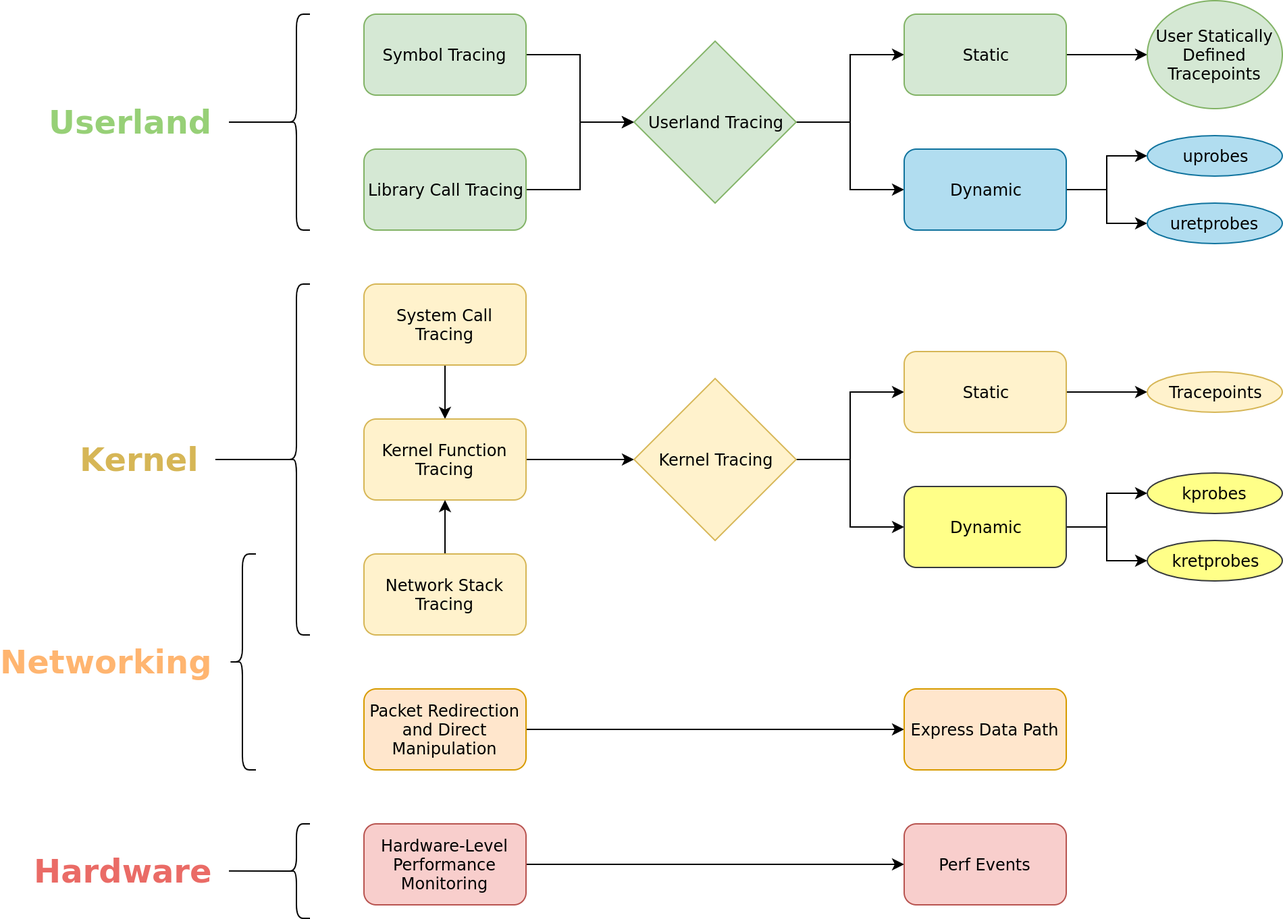
willfindlay/honors-thesis keeps this draw.io diagram as figures/eBPF-use-cases.png. Above is the earlier version. Source tidied: cells renumbered, new cells last; positions are measured from the earlier drawing's top-left corner, leaving out a move shared by most shapes.
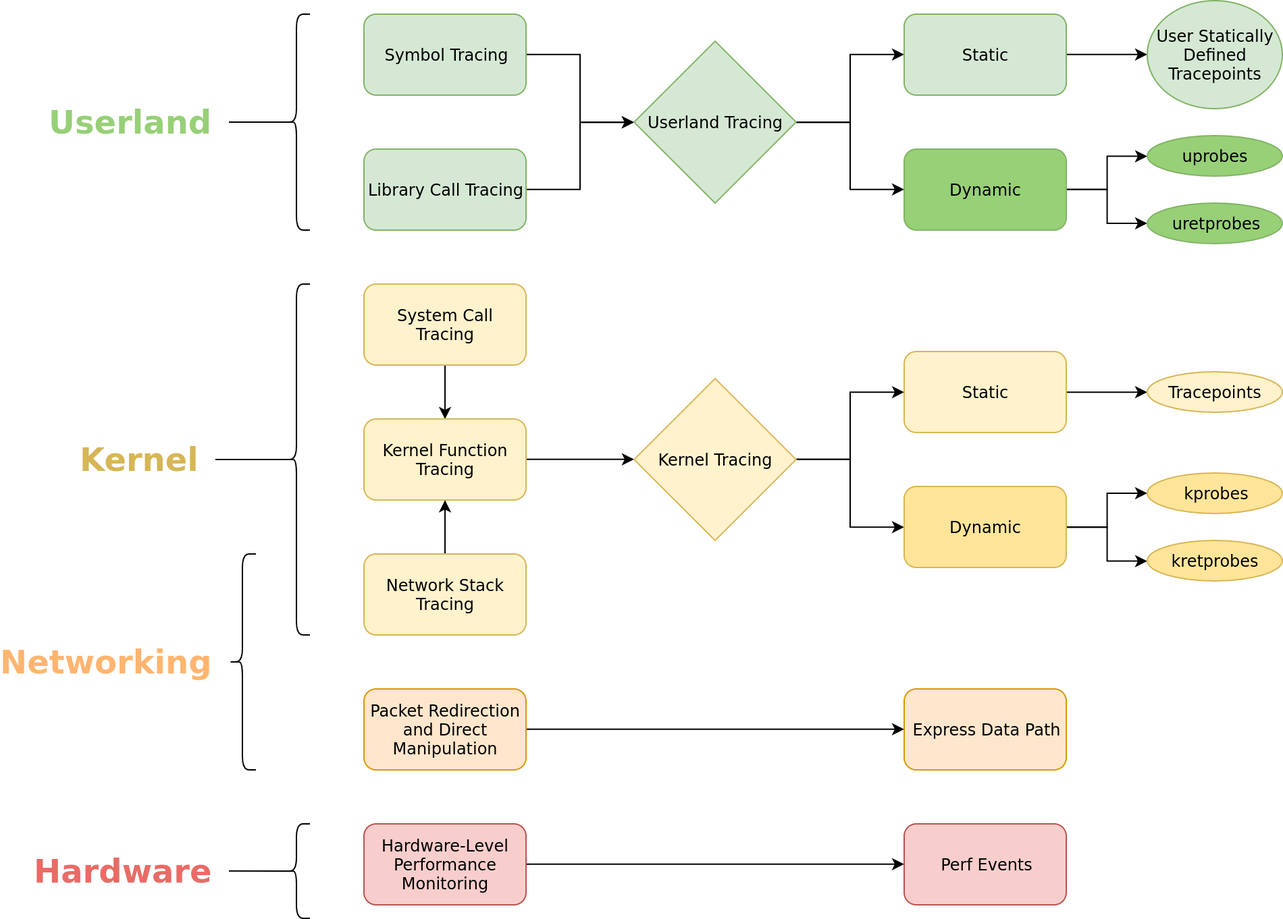
The same file after the commit.

Change to the diagram source:
```diff
@@ -74,7 +74,7 @@
     <mxCell id="25" style="edgeStyle=orthogonalEdgeStyle;rounded=0;jettySize=auto;html=1;exitX=1;exitY=0.5;exitDx=0;exitDy=0;entryX=0;entryY=0.5;entryDx=0;entryDy=0;" parent="1" edge="1" source="26" target="33">
       <mxGeometry relative="1" as="geometry" />
     </mxCell>
-    <mxCell id="26" value="Dynamic" style="rounded=1;whiteSpace=wrap;html=1;fillColor=#b1ddf0;strokeColor=#10739e;" parent="1" vertex="1">
+    <mxCell id="26" value="Dynamic" style="rounded=1;whiteSpace=wrap;html=1;fillColor=#97D077;strokeColor=#82b366;" parent="1" vertex="1">
       <mxGeometry x="620" y="110" width="120" height="60" as="geometry" />
     </mxCell>
     <mxCell id="27" style="edgeStyle=orthogonalEdgeStyle;rounded=0;jettySize=auto;html=1;exitX=1;exitY=0.5;exitDx=0;exitDy=0;entryX=0;entryY=0.5;entryDx=0;entryDy=0;fontColor=#FFFFFF;" parent="1" edge="1" source="28" target="35">
@@ -89,13 +89,13 @@
     <mxCell id="30" style="edgeStyle=orthogonalEdgeStyle;rounded=0;jettySize=auto;html=1;exitX=1;exitY=0.5;exitDx=0;exitDy=0;entryX=0;entryY=0.5;entryDx=0;entryDy=0;fontColor=#FFFFFF;" parent="1" edge="1" source="31" target="37">
       <mxGeometry relative="1" as="geometry" />
     </mxCell>
-    <mxCell id="31" value="Dynamic" style="rounded=1;whiteSpace=wrap;html=1;fillColor=#ffff88;strokeColor=#36393d;" parent="1" vertex="1">
+    <mxCell id="31" value="Dynamic" style="rounded=1;whiteSpace=wrap;html=1;fillColor=#FFE599;strokeColor=#d6b656;" parent="1" vertex="1">
       <mxGeometry x="620" y="360" width="120" height="60" as="geometry" />
     </mxCell>
-    <mxCell id="32" value="uprobes" style="ellipse;whiteSpace=wrap;html=1;rounded=1;strokeColor=#10739e;fillColor=#b1ddf0;" parent="1" vertex="1">
+    <mxCell id="32" value="uprobes" style="ellipse;whiteSpace=wrap;html=1;rounded=1;strokeColor=#82b366;fillColor=#97D077;" parent="1" vertex="1">
       <mxGeometry x="800" y="100" width="100" height="30" as="geometry" />
     </mxCell>
-    <mxCell id="33" value="uretprobes" style="ellipse;whiteSpace=wrap;html=1;rounded=1;strokeColor=#10739e;fillColor=#b1ddf0;" parent="1" vertex="1">
+    <mxCell id="33" value="uretprobes" style="ellipse;whiteSpace=wrap;html=1;rounded=1;strokeColor=#82b366;fillColor=#97D077;" parent="1" vertex="1">
       <mxGeometry x="800" y="150" width="100" height="30" as="geometry" />
     </mxCell>
     <mxCell id="34" value="&lt;font style=&quot;font-size: 12px&quot;&gt;User Statically Defined Tracepoints&lt;/font&gt;" style="ellipse;whiteSpace=wrap;html=1;fillColor=#d5e8d4;gradientColor=none;rounded=1;strokeColor=#82b366;" parent="1" vertex="1">
@@ -104,10 +104,10 @@
     <mxCell id="35" value="Tracepoints" style="ellipse;whiteSpace=wrap;html=1;fillColor=#fff2cc;gradientColor=none;rounded=1;strokeColor=#d6b656;" parent="1" vertex="1">
       <mxGeometry x="800" y="275" width="100" height="30" as="geometry" />
     </mxCell>
-    <mxCell id="36" value="kprobes" style="ellipse;whiteSpace=wrap;html=1;rounded=1;strokeColor=#36393d;fillColor=#ffff88;" parent="1" vertex="1">
+    <mxCell id="36" value="kprobes" style="ellipse;whiteSpace=wrap;html=1;rounded=1;strokeColor=#d6b656;fillColor=#FFE599;" parent="1" vertex="1">
       <mxGeometry x="800" y="350" width="100" height="30" as="geometry" />
     </mxCell>
-    <mxCell id="37" value="kretprobes" style="ellipse;whiteSpace=wrap;html=1;rounded=1;strokeColor=#36393d;fillColor=#ffff88;" parent="1" vertex="1">
+    <mxCell id="37" value="kretprobes" style="ellipse;whiteSpace=wrap;html=1;rounded=1;strokeColor=#d6b656;fillColor=#FFE599;" parent="1" vertex="1">
       <mxGeometry x="800" y="400" width="100" height="30" as="geometry" />
     </mxCell>
     <mxCell id="38" value="Express Data Path" style="rounded=1;whiteSpace=wrap;html=1;fillColor=#ffe6cc;strokeColor=#d79b00;" parent="1" vertex="1">
```
